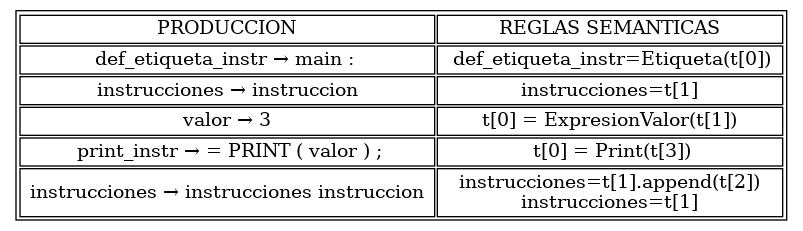
The Graphviz diagram gram_asc.gv.png in LudwinGit/MinorC, before a commit. Its source is kept beside it as gram_asc.gv.
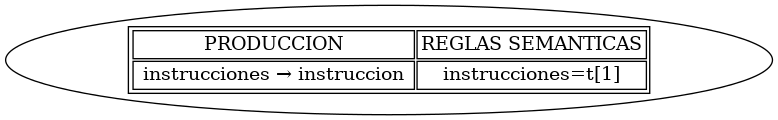
Later version of the same file.

Change to the diagram source:
```diff
@@ -1,11 +1,4 @@
 digraph g {
-	node [height=.1 shape=plaintext]
-	table [label=<<TABLE><TR><TD>PRODUCCION</TD><TD>REGLAS SEMANTICAS</TD></TR><TR>
- <TD>def_etiqueta_instr → main : </TD>
- <TD>  def_etiqueta_instr=Etiqueta(t[0]) </TD>
- </TR>
-
- <TR><TD> instrucciones → instruccion </TD><TD> instrucciones=t[1] </TD></TR>
- <TR><TD> valor → 3 </TD><TD> t[0] = ExpresionValor(t[1]) </TD> </TR>
- <TR><TD> print_instr → = PRINT ( valor ) ;</TD><TD>  t[0] = Print(t[3]) </TD> </TR> <TR><TD> instrucciones → instrucciones instruccion </TD><TD> instrucciones=t[1].append(t[2]) <BR/> instrucciones=t[1] </TD></TR></TABLE>>]
+	table [label=<<TABLE><TR><TD>PRODUCCION</TD><TD>REGLAS SEMANTICAS</TD></TR>
+ <TR><TD> instrucciones → instruccion </TD><TD> instrucciones=t[1] </TD></TR></TABLE>>]
 }
```
